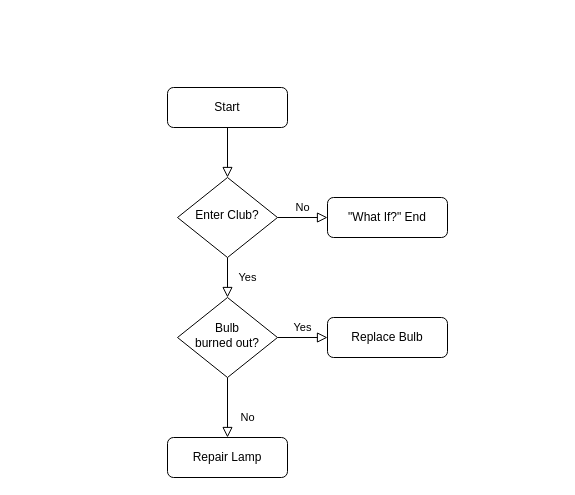
Earlier version of the draw.io diagram Untitled Diagram.drawio (misstify/sf4m). Source tidied: cells renumbered, new cells numbered last; positions are measured from the earlier drawing's top-left corner, leaving out a move shared by most shapes. Both pictures are drawn from the tidied source at 100%, with x=0, y=0 at pixel (167, 87).
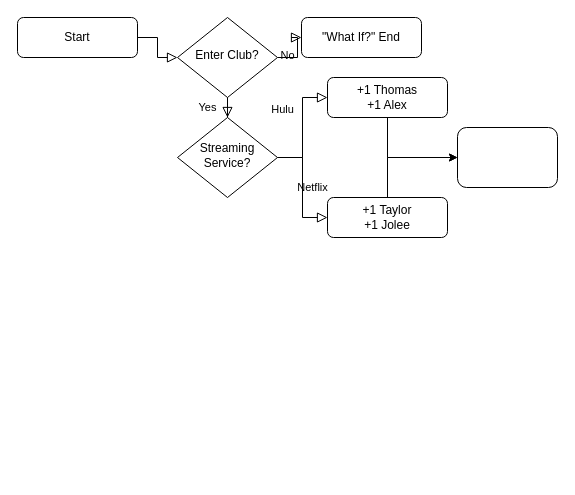
The same diagram, later.

Commit message:
The plot begins

Change to the diagram source:
```diff
@@
 <mxGraphModel>
   <root>
     <mxCell id="0" />
     <mxCell id="1" parent="0" />
     <mxCell id="2" style="rounded=0;html=1;jettySize=auto;fontSize=11;endArrow=block;endFill=0;endSize=8;strokeWidth=1;shadow=0;labelBackgroundColor=none;edgeStyle=orthogonalEdgeStyle;" parent="1" edge="1" source="3" target="6">
       <mxGeometry relative="1" as="geometry" />
     </mxCell>
     <mxCell id="3" value="Start" style="rounded=1;whiteSpace=wrap;html=1;fontSize=12;glass=0;strokeWidth=1;shadow=0;" parent="1" vertex="1">
-      <mxGeometry width="120" height="40" as="geometry" />
+      <mxGeometry x="-150" y="-70" width="120" height="40" as="geometry" />
     </mxCell>
     <mxCell id="4" value="Yes" style="rounded=0;html=1;jettySize=auto;fontSize=11;endArrow=block;endFill=0;endSize=8;strokeWidth=1;shadow=0;labelBackgroundColor=none;edgeStyle=orthogonalEdgeStyle;" parent="1" edge="1" source="6" target="10">
       <mxGeometry y="20" relative="1" as="geometry" />
     </mxCell>
     <mxCell id="5" value="No" style="edgeStyle=orthogonalEdgeStyle;rounded=0;html=1;jettySize=auto;fontSize=11;endArrow=block;endFill=0;endSize=8;strokeWidth=1;shadow=0;labelBackgroundColor=none;" parent="1" edge="1" source="6" target="7">
       <mxGeometry y="10" relative="1" as="geometry" />
     </mxCell>
     <mxCell id="6" value="Enter Club?" style="rhombus;whiteSpace=wrap;html=1;shadow=0;fontFamily=Helvetica;fontSize=12;align=center;strokeWidth=1;spacing=6;spacingTop=-4;" parent="1" vertex="1">
-      <mxGeometry x="10" y="90" width="100" height="80" as="geometry" />
+      <mxGeometry x="10" y="-70" width="100" height="80" as="geometry" />
     </mxCell>
     <mxCell id="7" value="&quot;What If?&quot; End" style="rounded=1;whiteSpace=wrap;html=1;fontSize=12;glass=0;strokeWidth=1;shadow=0;" parent="1" vertex="1">
-      <mxGeometry x="160" y="110" width="120" height="40" as="geometry" />
+      <mxGeometry x="134" y="-70" width="120" height="40" as="geometry" />
     </mxCell>
-    <mxCell id="8" value="No" style="rounded=0;html=1;jettySize=auto;fontSize=11;endArrow=block;endFill=0;endSize=8;strokeWidth=1;shadow=0;labelBackgroundColor=none;edgeStyle=orthogonalEdgeStyle;" parent="1" edge="1" source="10" target="11">
+    <mxCell id="8" value="Hulu" style="rounded=0;html=1;jettySize=auto;fontSize=11;endArrow=block;endFill=0;endSize=8;strokeWidth=1;shadow=0;labelBackgroundColor=none;edgeStyle=orthogonalEdgeStyle;" parent="1" edge="1" source="10" target="11">
       <mxGeometry x="0.33" y="20" relative="1" as="geometry" />
     </mxCell>
-    <mxCell id="9" value="Yes" style="edgeStyle=orthogonalEdgeStyle;rounded=0;html=1;jettySize=auto;fontSize=11;endArrow=block;endFill=0;endSize=8;strokeWidth=1;shadow=0;labelBackgroundColor=none;" parent="1" edge="1" source="10" target="12">
+    <mxCell id="9" value="Netflix" style="edgeStyle=orthogonalEdgeStyle;rounded=0;html=1;jettySize=auto;fontSize=11;endArrow=block;endFill=0;endSize=8;strokeWidth=1;shadow=0;labelBackgroundColor=none;" parent="1" edge="1" source="10" target="12">
       <mxGeometry y="10" relative="1" as="geometry" />
     </mxCell>
-    <mxCell id="10" value="Bulb&lt;br&gt;burned out?" style="rhombus;whiteSpace=wrap;html=1;shadow=0;fontFamily=Helvetica;fontSize=12;align=center;strokeWidth=1;spacing=6;spacingTop=-4;" parent="1" vertex="1">
-      <mxGeometry x="10" y="210" width="100" height="80" as="geometry" />
+    <mxCell id="10" value="Streaming Service?" style="rhombus;whiteSpace=wrap;html=1;shadow=0;fontFamily=Helvetica;fontSize=12;align=center;strokeWidth=1;spacing=6;spacingTop=-4;" parent="1" vertex="1">
+      <mxGeometry x="10" y="30" width="100" height="80" as="geometry" />
     </mxCell>
+    <mxCell id="13" style="edgeStyle=orthogonalEdgeStyle;rounded=0;jettySize=auto;html=1;exitX=0.5;exitY=1;exitDx=0;exitDy=0;entryX=0;entryY=0.5;entryDx=0;entryDy=0;" parent="1" edge="1" source="11" target="15">
+      <mxGeometry relative="1" as="geometry" />
+    </mxCell>
-    <mxCell id="11" value="Repair Lamp" style="rounded=1;whiteSpace=wrap;html=1;fontSize=12;glass=0;strokeWidth=1;shadow=0;" parent="1" vertex="1">
-      <mxGeometry y="350" width="120" height="40" as="geometry" />
+    <mxCell id="11" value="+1 Thomas&lt;br&gt;+1 Alex" style="rounded=1;whiteSpace=wrap;html=1;fontSize=12;glass=0;strokeWidth=1;shadow=0;" parent="1" vertex="1">
+      <mxGeometry x="160" y="-10" width="120" height="40" as="geometry" />
     </mxCell>
+    <mxCell id="14" style="edgeStyle=orthogonalEdgeStyle;rounded=0;jettySize=auto;html=1;exitX=0.5;exitY=0;exitDx=0;exitDy=0;entryX=0;entryY=0.5;entryDx=0;entryDy=0;" parent="1" edge="1" source="12" target="15">
+      <mxGeometry relative="1" as="geometry" />
+    </mxCell>
-    <mxCell id="12" value="Replace Bulb" style="rounded=1;whiteSpace=wrap;html=1;fontSize=12;glass=0;strokeWidth=1;shadow=0;" parent="1" vertex="1">
-      <mxGeometry x="160" y="230" width="120" height="40" as="geometry" />
+    <mxCell id="12" value="+1 Taylor &lt;br&gt;+1 Jolee" style="rounded=1;whiteSpace=wrap;html=1;fontSize=12;glass=0;strokeWidth=1;shadow=0;" parent="1" vertex="1">
+      <mxGeometry x="160" y="110" width="120" height="40" as="geometry" />
     </mxCell>
+    <mxCell id="15" style="rounded=1;whiteSpace=wrap;html=1;" parent="1" vertex="1">
+      <mxGeometry x="290" y="40" width="100" height="60" as="geometry" />
+    </mxCell>
   </root>
 </mxGraphModel>
```
